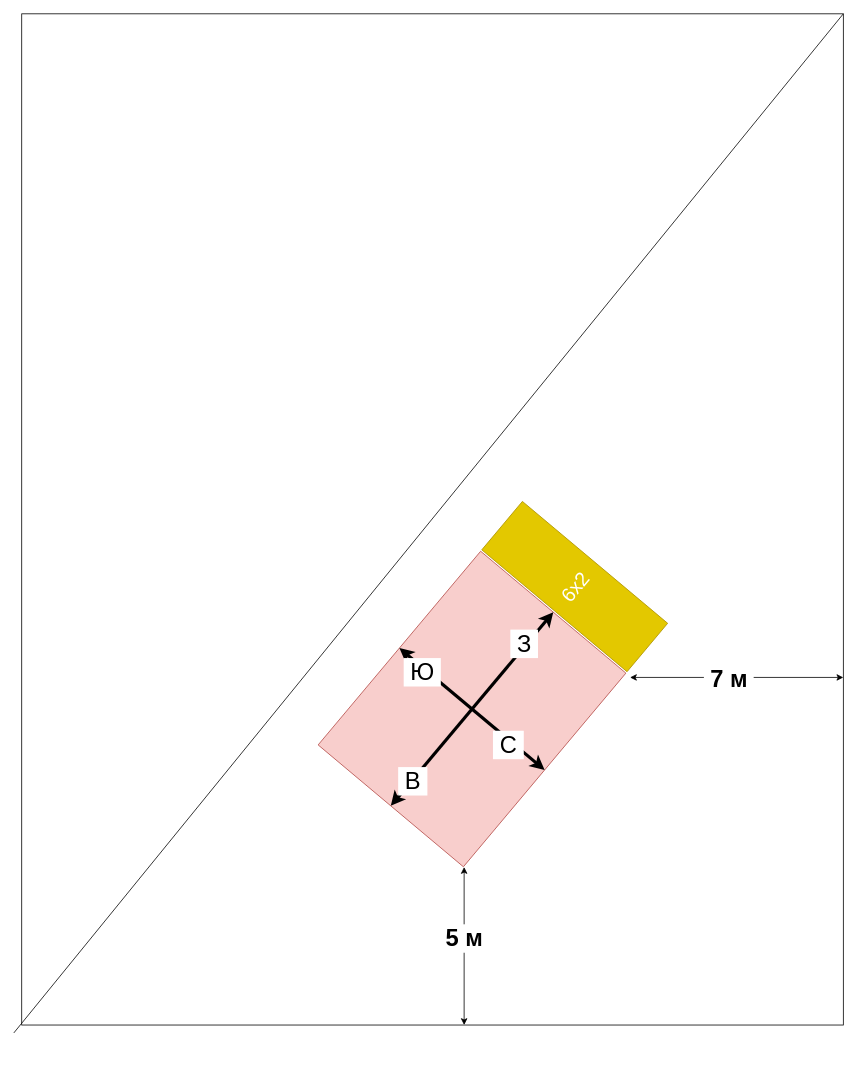
Before: Диаграмма без названия.drawio in lipatkin-ky/netology-ansible, a draw.io diagram. Source tidied: cells renumbered, new cells numbered last; positions are measured from the earlier drawing's top-left corner, leaving out a move shared by most shapes. Both pictures are drawn from the tidied source at 79%, with x=0, y=0 at pixel (13, 13).
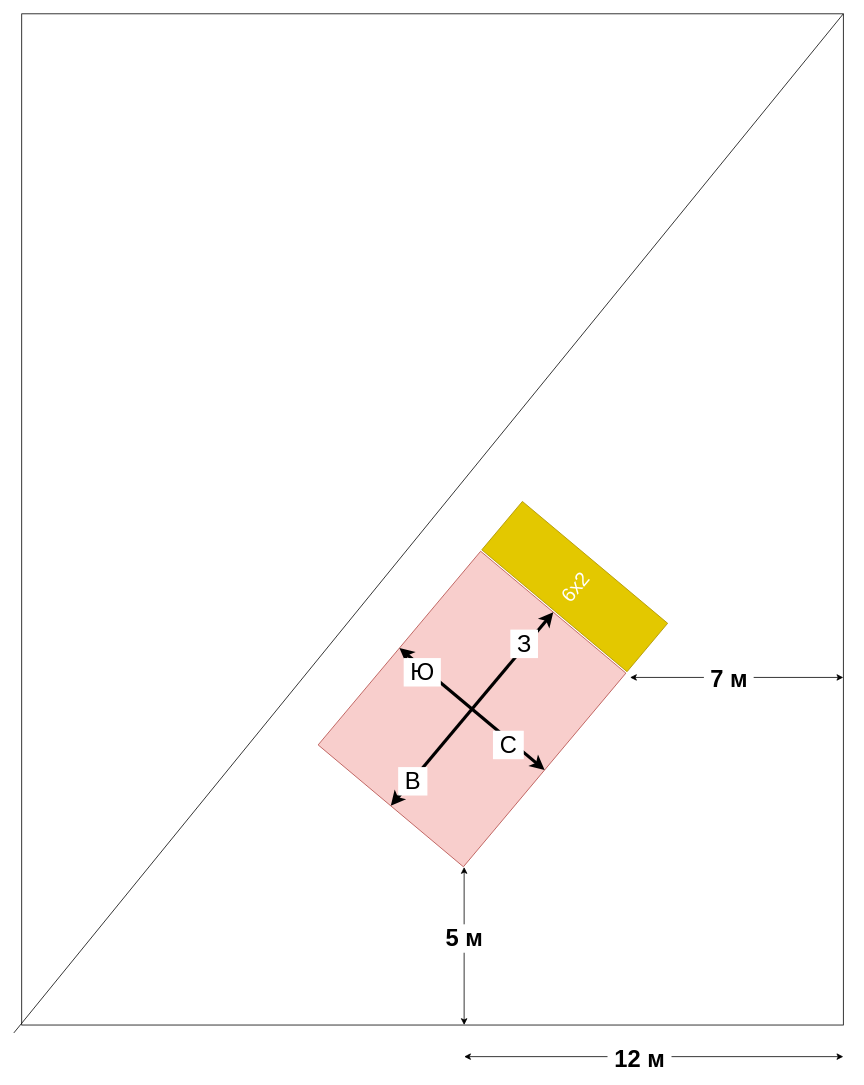
The same diagram, later.

What changed in the source:
```diff
@@
+    <mxCell id="16" style="endArrow=classic;startArrow=classic;html=1;" parent="1" edge="1">
+      <mxGeometry relative="1" as="geometry">
+        <mxPoint x="570" y="1320" as="sourcePoint" />
+        <mxPoint x="1050" y="1320" as="targetPoint" />
+      </mxGeometry>
+    </mxCell>
+    <mxCell id="17" value="&amp;nbsp;12 м&amp;nbsp;" style="edgeLabel;html=1;align=center;verticalAlign=middle;fontStyle=1;fontSize=30;" parent="16" vertex="1">
+      <mxGeometry x="-0.08" y="-1" relative="1" as="geometry" />
+    </mxCell>
```
